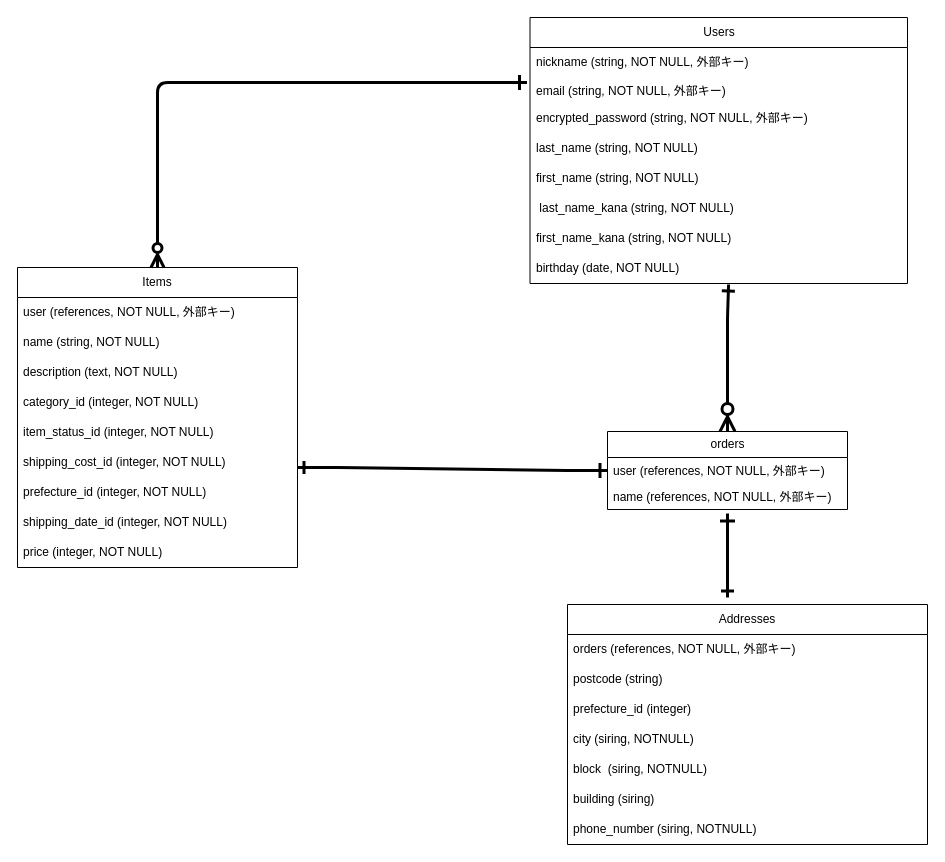
keigo52/furima-39615 keeps this draw.io diagram as furima.dio. Above is the earlier version. Source tidied: cells renumbered, new cells numbered last; positions are measured from the earlier drawing's top-left corner, leaving out a move shared by most shapes. Both pictures are drawn from the tidied source at 100%, with x=0, y=0 at pixel (17, 17).
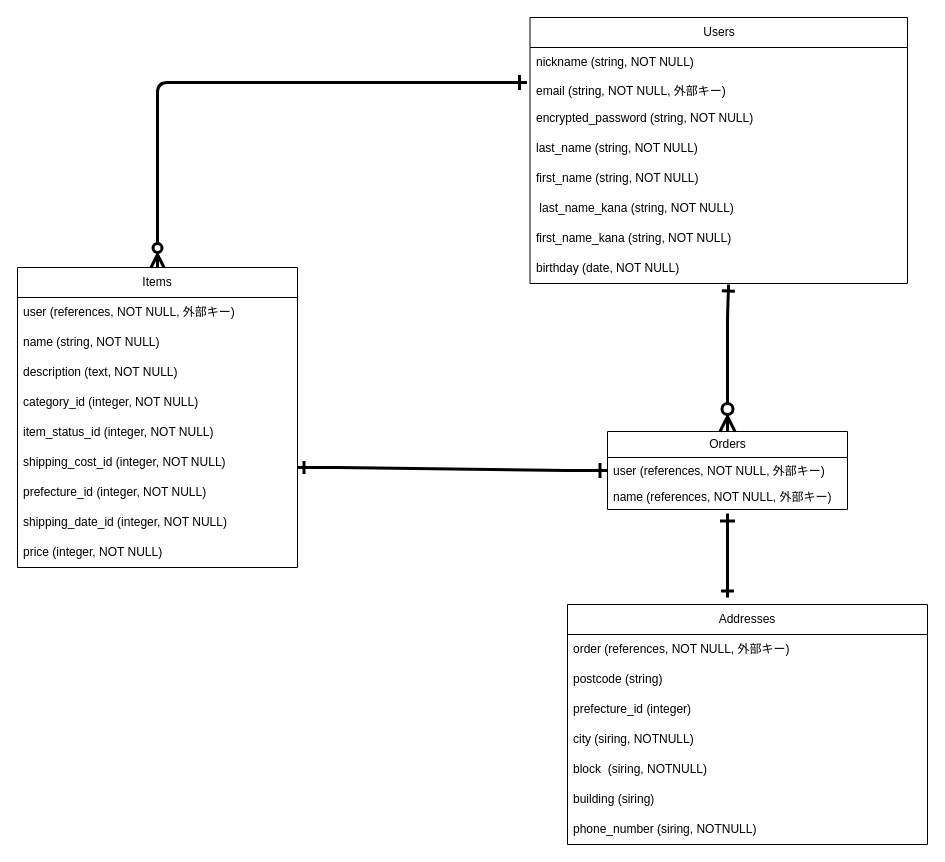
After the change.

Commit message (it also covers changes not shown here):
データベース設計（修正２）

The change refers to these unchanged cells:
```xml
<mxCell id="2" value="Users" style="swimlane;fontStyle=0;horizontal=1;startSize=30;whiteSpace=wrap;html=1;" parent="1" vertex="1">
  <mxGeometry x="512.5" width="377.5" height="266" as="geometry" />
</mxCell>
<mxCell id="24" value="Addresses" style="swimlane;fontStyle=0;horizontal=1;startSize=30;whiteSpace=wrap;html=1;" parent="1" vertex="1">
  <mxGeometry x="550" y="587" width="360" height="240" as="geometry" />
</mxCell>
```

What changed in the source:
```diff
@@
-    <mxCell id="3" value="nickname (string, NOT NULL, 外部キー)" style="text;strokeColor=none;fillColor=none;align=left;verticalAlign=middle;spacingLeft=4;spacingRight=4;overflow=hidden;whiteSpace=wrap;html=1;" parent="2" vertex="1">
+    <mxCell id="3" value="nickname (string, NOT NULL)" style="text;strokeColor=none;fillColor=none;align=left;verticalAlign=middle;spacingLeft=4;spacingRight=4;overflow=hidden;whiteSpace=wrap;html=1;" parent="2" vertex="1">
       <mxGeometry y="30" width="377.5" height="30" as="geometry" />
     </mxCell>
@@
-    <mxCell id="5" value="encrypted_password&amp;nbsp;(string, NOT NULL, 外部キー)" style="text;strokeColor=none;fillColor=none;align=left;verticalAlign=middle;spacingLeft=4;spacingRight=4;overflow=hidden;whiteSpace=wrap;html=1;" parent="2" vertex="1">
+    <mxCell id="5" value="encrypted_password&amp;nbsp;(string, NOT NULL)" style="text;strokeColor=none;fillColor=none;align=left;verticalAlign=middle;spacingLeft=4;spacingRight=4;overflow=hidden;whiteSpace=wrap;html=1;" parent="2" vertex="1">
       <mxGeometry y="86" width="377.5" height="30" as="geometry" />
     </mxCell>
@@
-    <mxCell id="21" value="orders" style="swimlane;fontStyle=0;horizontal=1;startSize=26;fillColor=none;html=1;" parent="1" vertex="1">
+    <mxCell id="21" value="Orders" style="swimlane;fontStyle=0;horizontal=1;startSize=26;fillColor=none;html=1;" parent="1" vertex="1">
       <mxGeometry x="590" y="414" width="240" height="78" as="geometry" />
     </mxCell>
@@
-    <mxCell id="25" value="orders (references, NOT NULL, 外部キー)" style="text;strokeColor=none;fillColor=none;align=left;verticalAlign=middle;spacingLeft=4;spacingRight=4;overflow=hidden;whiteSpace=wrap;html=1;" parent="24" vertex="1">
+    <mxCell id="25" value="order (references, NOT NULL, 外部キー)" style="text;strokeColor=none;fillColor=none;align=left;verticalAlign=middle;spacingLeft=4;spacingRight=4;overflow=hidden;whiteSpace=wrap;html=1;" parent="24" vertex="1">
       <mxGeometry y="30" width="360" height="30" as="geometry" />
     </mxCell>
```
